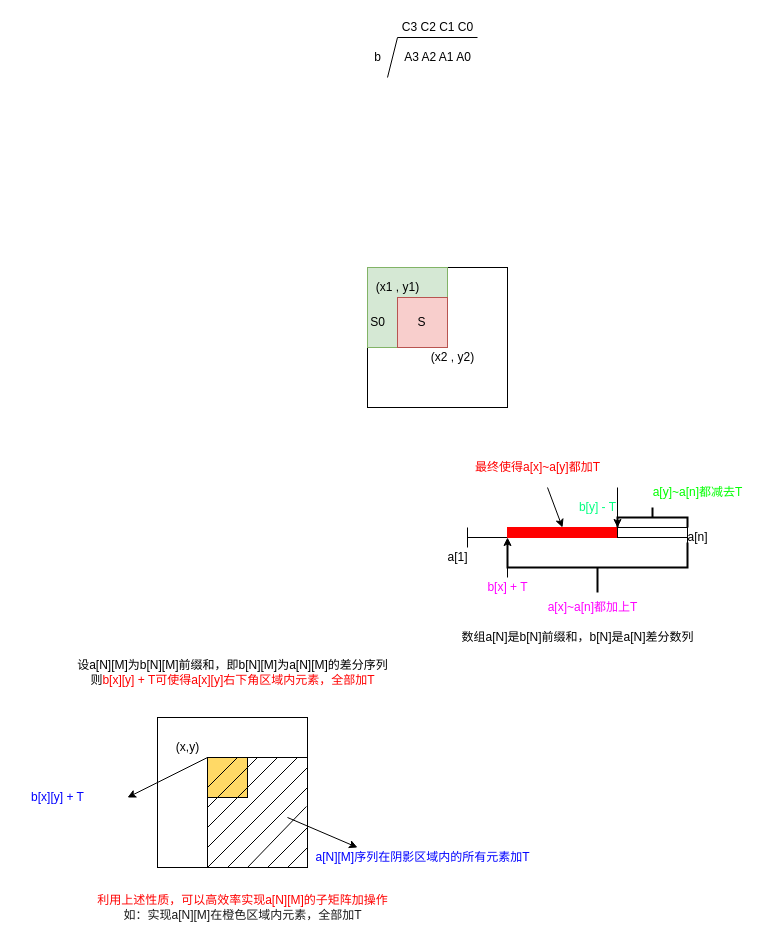
This is page "Page-1" (1 of 2) of Untitled Diagram.drawio from winnerlqy/Images, a draw.io file, before an edit. Source tidied: cells renumbered, new cells numbered last; positions are measured from the earlier drawing's top-left corner, leaving out a move shared by most shapes. Both pictures are drawn from the tidied source at 100%, with x=0, y=0 at pixel (22, 17).
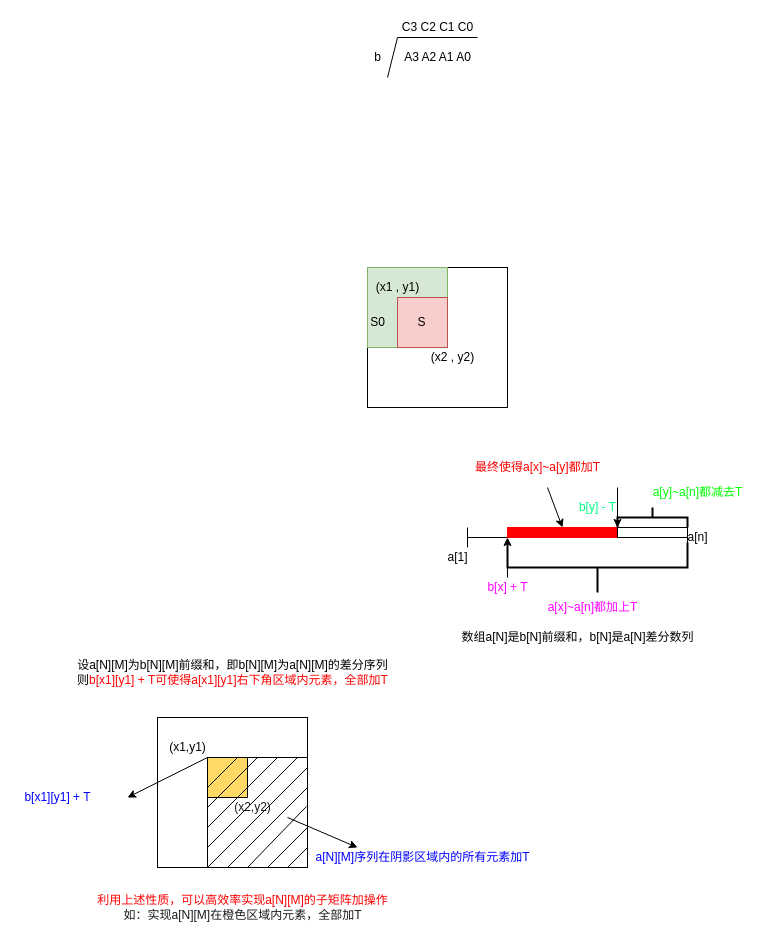
The same page after the edit.

The edit, as a diff of the source:
```diff
@@
-    <mxCell id="31" value="(x,y)" style="text;html=1;align=center;verticalAlign=middle;strokeColor=none;fillColor=none;" parent="1" vertex="1">
-      <mxGeometry x="145" y="720" width="40" height="20" as="geometry" />
+    <mxCell id="31" value="(x1,y1)" style="text;html=1;align=center;verticalAlign=middle;strokeColor=none;fillColor=none;" parent="1" vertex="1">
+      <mxGeometry x="140" y="720" width="50" height="20" as="geometry" />
     </mxCell>
@@
-    <mxCell id="43" value="设a[N][M]为b[N][M]前缀和，即b[N][M]为a[N][M]的差分序列&lt;br&gt;则&lt;font color=&quot;#ff0000&quot;&gt;b[x][y] + T可使得a[x][y]右下角区域内元素，全部加T&lt;/font&gt;" style="text;html=1;align=center;verticalAlign=middle;strokeColor=none;fillColor=none;" parent="1" vertex="1">
+    <mxCell id="43" value="设a[N][M]为b[N][M]前缀和，即b[N][M]为a[N][M]的差分序列&lt;br&gt;则&lt;font color=&quot;#ff0000&quot;&gt;b[x1][y1] + T可使得a[x1][y1]右下角区域内元素，全部加T&lt;/font&gt;" style="text;html=1;align=center;verticalAlign=middle;strokeColor=none;fillColor=none;" parent="1" vertex="1">
       <mxGeometry x="45" y="640" width="330" height="30" as="geometry" />
     </mxCell>
@@
-    <mxCell id="47" value="&lt;font color=&quot;#0000ff&quot;&gt;b[x][y] + T&lt;/font&gt;" style="text;html=1;align=center;verticalAlign=middle;strokeColor=none;fillColor=none;fontColor=#00FF00;" parent="1" vertex="1">
-      <mxGeometry y="770" width="70" height="20" as="geometry" />
+    <mxCell id="47" value="&lt;font color=&quot;#0000ff&quot;&gt;b[x1][y1] + T&lt;/font&gt;" style="text;html=1;align=center;verticalAlign=middle;strokeColor=none;fillColor=none;fontColor=#00FF00;" parent="1" vertex="1">
+      <mxGeometry x="-5" y="770" width="80" height="20" as="geometry" />
     </mxCell>
@@
+    <mxCell id="49" value="(x2,y2)" style="text;html=1;align=center;verticalAlign=middle;strokeColor=none;fillColor=none;fontColor=#1A1A1A;" parent="1" vertex="1">
+      <mxGeometry x="205" y="780" width="50" height="20" as="geometry" />
+    </mxCell>
```
